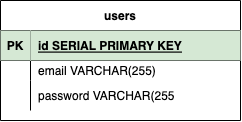
The draw.io diagram ERD.drawio.png in kokopuffz/Project2, before a commit. Source tidied: cells renumbered, new cells last; positions are measured from the earlier drawing's top-left corner, leaving out a move shared by most shapes.
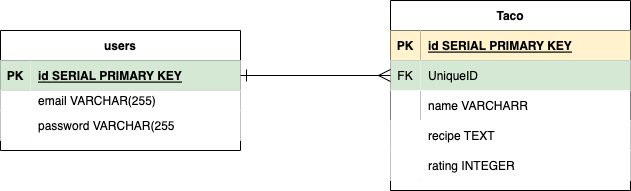
After the commit.

Diff of the diagram source:
```diff
@@ -5,32 +5,83 @@
     <mxCell id="2" value="users" style="shape=table;startSize=30;rowLines=0;fontStyle=1;align=center;" parent="1" vertex="1">
       <mxGeometry width="240" height="120" as="geometry" />
     </mxCell>
-    <mxCell id="3" style="shape=tableRow;horizontal=0;startSize=0;swimlaneHead=0;swimlaneBody=0;fillColor=none;points=[[0,0.5],[1,0.5]];portConstraint=eastwest;top=0;left=0;right=0;bottom=1;" parent="2" vertex="1">
+    <mxCell id="3" style="shape=tableRow;horizontal=0;startSize=0;swimlaneHead=0;swimlaneBody=0;points=[[0,0.5],[1,0.5]];portConstraint=eastwest;top=0;left=0;right=0;bottom=1;" parent="2" vertex="1">
       <mxGeometry y="30" width="240" height="30" as="geometry" />
     </mxCell>
-    <mxCell id="4" value="PK" style="shape=partialRectangle;fillColor=#d5e8d4;top=0;left=0;bottom=0;right=0;fontStyle=1;overflow=hidden;strokeColor=#82b366;" parent="3" vertex="1">
+    <mxCell id="4" value="PK" style="shape=partialRectangle;top=0;left=0;bottom=0;right=0;fontStyle=1;overflow=hidden;fillColor=#d5e8d4;strokeColor=#82b366;" parent="3" vertex="1">
       <mxGeometry width="30" height="30" as="geometry" />
     </mxCell>
-    <mxCell id="5" value="id SERIAL PRIMARY KEY" style="shape=partialRectangle;fillColor=#d5e8d4;top=0;left=0;bottom=0;right=0;align=left;spacingLeft=6;fontStyle=5;overflow=hidden;strokeColor=#82b366;" parent="3" vertex="1">
+    <mxCell id="5" value="id SERIAL PRIMARY KEY" style="shape=partialRectangle;top=0;left=0;bottom=0;right=0;align=left;spacingLeft=6;fontStyle=5;overflow=hidden;fillColor=#d5e8d4;strokeColor=#82b366;" parent="3" vertex="1">
       <mxGeometry x="30" width="210" height="30" as="geometry" />
     </mxCell>
-    <mxCell id="6" style="shape=tableRow;horizontal=0;startSize=0;swimlaneHead=0;swimlaneBody=0;fillColor=none;top=0;left=0;right=0;bottom=0;" parent="2" vertex="1">
+    <mxCell id="6" style="shape=tableRow;horizontal=0;startSize=0;swimlaneHead=0;swimlaneBody=0;top=0;left=0;right=0;bottom=0;" parent="2" vertex="1">
       <mxGeometry y="60" width="240" height="20" as="geometry" />
     </mxCell>
-    <mxCell id="7" style="shape=partialRectangle;fillColor=none;top=0;left=0;bottom=0;right=0;overflow=hidden;" parent="6" vertex="1">
+    <mxCell id="7" style="shape=partialRectangle;top=0;left=0;bottom=0;right=0;overflow=hidden;" parent="6" vertex="1">
       <mxGeometry width="30" height="20" as="geometry" />
     </mxCell>
-    <mxCell id="8" value="email VARCHAR(255)" style="shape=partialRectangle;fillColor=none;top=0;left=0;bottom=0;right=0;align=left;spacingLeft=6;overflow=hidden;" parent="6" vertex="1">
+    <mxCell id="8" value="email VARCHAR(255)" style="shape=partialRectangle;top=0;left=0;bottom=0;right=0;align=left;spacingLeft=6;overflow=hidden;" parent="6" vertex="1">
       <mxGeometry x="30" width="210" height="20" as="geometry" />
     </mxCell>
-    <mxCell id="9" style="shape=tableRow;horizontal=0;startSize=0;swimlaneHead=0;swimlaneBody=0;fillColor=none;top=0;left=0;right=0;bottom=0;" parent="2" vertex="1">
+    <mxCell id="9" style="shape=tableRow;horizontal=0;startSize=0;swimlaneHead=0;swimlaneBody=0;top=0;left=0;right=0;bottom=0;" parent="2" vertex="1">
       <mxGeometry y="80" width="240" height="30" as="geometry" />
     </mxCell>
-    <mxCell id="10" style="shape=partialRectangle;fillColor=none;top=0;left=0;bottom=0;right=0;overflow=hidden;" parent="9" vertex="1">
+    <mxCell id="10" style="shape=partialRectangle;top=0;left=0;bottom=0;right=0;overflow=hidden;" parent="9" vertex="1">
       <mxGeometry width="30" height="30" as="geometry" />
     </mxCell>
-    <mxCell id="11" value="password VARCHAR(255" style="shape=partialRectangle;fillColor=none;top=0;left=0;bottom=0;right=0;align=left;spacingLeft=6;overflow=hidden;" parent="9" vertex="1">
+    <mxCell id="11" value="password VARCHAR(255" style="shape=partialRectangle;top=0;left=0;bottom=0;right=0;align=left;spacingLeft=6;overflow=hidden;" parent="9" vertex="1">
       <mxGeometry x="30" width="210" height="30" as="geometry" />
     </mxCell>
+    <mxCell id="12" value="Taco" style="shape=table;startSize=30;rowLines=0;fontStyle=1;align=center;" parent="1" vertex="1">
+      <mxGeometry x="390" y="-30" width="240" height="190" as="geometry" />
+    </mxCell>
+    <mxCell id="13" style="shape=tableRow;horizontal=0;startSize=0;swimlaneHead=0;swimlaneBody=0;fillColor=none;top=0;left=0;right=0;bottom=1;" parent="12" vertex="1">
+      <mxGeometry y="30" width="240" height="30" as="geometry" />
+    </mxCell>
+    <mxCell id="14" value="PK" style="shape=partialRectangle;fillColor=#fff2cc;top=0;left=0;bottom=0;right=0;fontStyle=1;overflow=hidden;strokeColor=#d6b656;" parent="13" vertex="1">
+      <mxGeometry width="30" height="30" as="geometry" />
+    </mxCell>
+    <mxCell id="15" value="id SERIAL PRIMARY KEY" style="shape=partialRectangle;fillColor=#fff2cc;top=0;left=0;bottom=0;right=0;align=left;spacingLeft=6;fontStyle=5;overflow=hidden;strokeColor=#d6b656;" parent="13" vertex="1">
+      <mxGeometry x="30" width="210" height="30" as="geometry" />
+    </mxCell>
+    <mxCell id="16" style="shape=tableRow;horizontal=0;startSize=0;swimlaneHead=0;swimlaneBody=0;points=[[0,0.5],[1,0.5]];portConstraint=eastwest;top=0;left=0;right=0;bottom=0;" parent="12" vertex="1">
+      <mxGeometry y="60" width="240" height="30" as="geometry" />
+    </mxCell>
+    <mxCell id="17" value="FK" style="shape=partialRectangle;fillColor=#d5e8d4;top=0;left=0;bottom=0;right=0;fontStyle=0;overflow=hidden;strokeColor=#82b366;" parent="16" vertex="1">
+      <mxGeometry width="30" height="30" as="geometry" />
+    </mxCell>
+    <mxCell id="18" value="UniqueID" style="shape=partialRectangle;fillColor=#d5e8d4;top=0;left=0;bottom=0;right=0;align=left;spacingLeft=6;fontStyle=0;overflow=hidden;strokeColor=#82b366;" parent="16" vertex="1">
+      <mxGeometry x="30" width="210" height="30" as="geometry" />
+    </mxCell>
+    <mxCell id="19" style="shape=tableRow;horizontal=0;startSize=0;swimlaneHead=0;swimlaneBody=0;fillColor=none;top=0;left=0;right=0;bottom=0;" parent="12" vertex="1">
+      <mxGeometry y="90" width="240" height="30" as="geometry" />
+    </mxCell>
+    <mxCell id="20" style="shape=partialRectangle;top=0;left=0;bottom=0;right=0;overflow=hidden;" parent="19" vertex="1">
+      <mxGeometry width="30" height="30" as="geometry" />
+    </mxCell>
+    <mxCell id="21" value="name VARCHARR" style="shape=partialRectangle;top=0;left=0;bottom=0;right=0;align=left;spacingLeft=6;overflow=hidden;" parent="19" vertex="1">
+      <mxGeometry x="30" width="210" height="30" as="geometry" />
+    </mxCell>
+    <mxCell id="22" style="shape=tableRow;horizontal=0;startSize=0;swimlaneHead=0;swimlaneBody=0;top=0;left=0;right=0;bottom=0;" parent="12" vertex="1">
+      <mxGeometry y="120" width="240" height="30" as="geometry" />
+    </mxCell>
+    <mxCell id="23" style="shape=partialRectangle;top=0;left=0;bottom=0;right=0;overflow=hidden;" parent="22" vertex="1">
+      <mxGeometry width="30" height="30" as="geometry" />
+    </mxCell>
+    <mxCell id="24" value="recipe TEXT" style="shape=partialRectangle;top=0;left=0;bottom=0;right=0;align=left;spacingLeft=6;overflow=hidden;" parent="22" vertex="1">
+      <mxGeometry x="30" width="210" height="30" as="geometry" />
+    </mxCell>
+    <mxCell id="25" style="shape=tableRow;horizontal=0;startSize=0;swimlaneHead=0;swimlaneBody=0;top=0;left=0;right=0;bottom=0;" parent="12" vertex="1">
+      <mxGeometry y="150" width="240" height="30" as="geometry" />
+    </mxCell>
+    <mxCell id="26" style="shape=partialRectangle;top=0;left=0;bottom=0;right=0;overflow=hidden;" parent="25" vertex="1">
+      <mxGeometry width="30" height="30" as="geometry" />
+    </mxCell>
+    <mxCell id="27" value="rating INTEGER" style="shape=partialRectangle;top=0;left=0;bottom=0;right=0;align=left;spacingLeft=6;overflow=hidden;" parent="25" vertex="1">
+      <mxGeometry x="30" width="210" height="30" as="geometry" />
+    </mxCell>
+    <mxCell id="28" style="edgeStyle=orthogonalEdgeStyle;rounded=0;jettySize=auto;html=1;entryX=0;entryY=0.5;entryDx=0;entryDy=0;endArrow=ERmany;endFill=0;startArrow=ERone;startFill=0;endSize=10;startSize=10;" parent="1" edge="1" source="3" target="16">
+      <mxGeometry relative="1" as="geometry" />
+    </mxCell>
   </root>
 </mxGraphModel>
```
